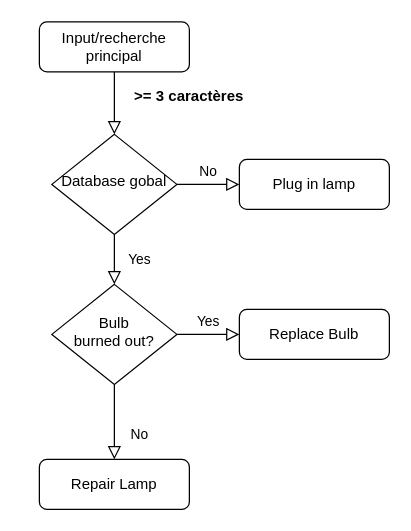
The draw.io diagram P7-P11-Search-Engin.drawio in Cadegan/P11-front-end-search-engine, before the edit. Source tidied: cells renumbered, new cells numbered last; positions are measured from the earlier drawing's top-left corner, leaving out a move shared by most shapes. Both pictures are drawn from the tidied source at 125%, with x=0, y=0 at pixel (39, 21).
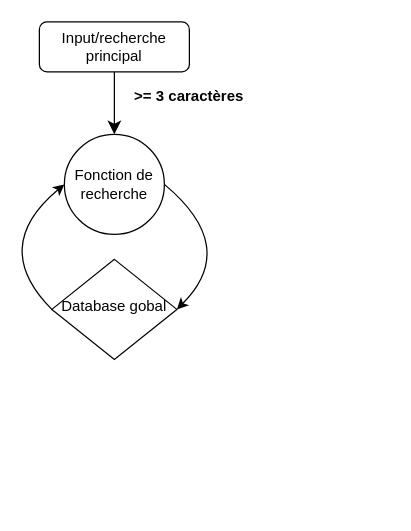
Above is the later version.

The edit, as a diff of the source:
```diff
@@
 <mxGraphModel>
   <root>
     <mxCell id="0" />
     <mxCell id="1" parent="0" />
-    <mxCell id="2" style="rounded=0;html=1;jettySize=auto;fontSize=11;endArrow=block;endFill=0;endSize=8;strokeWidth=1;shadow=0;labelBackgroundColor=none;edgeStyle=orthogonalEdgeStyle;" parent="1" edge="1" source="3" target="6">
-      <mxGeometry relative="1" as="geometry" />
+    <mxCell id="2" style="rounded=0;html=1;jettySize=auto;fontSize=11;endArrow=classic;endFill=1;endSize=8;strokeWidth=1;shadow=0;labelBackgroundColor=none;edgeStyle=orthogonalEdgeStyle;" parent="1" edge="1" source="3">
+      <mxGeometry relative="1" as="geometry">
+        <mxPoint x="60" y="90" as="targetPoint" />
+      </mxGeometry>
     </mxCell>
     <mxCell id="3" value="Input/recherche principal" style="rounded=1;whiteSpace=wrap;html=1;fontSize=12;glass=0;strokeWidth=1;shadow=0;" parent="1" vertex="1">
       <mxGeometry width="120" height="40" as="geometry" />
     </mxCell>
-    <mxCell id="4" value="Yes" style="rounded=0;html=1;jettySize=auto;fontSize=11;endArrow=block;endFill=0;endSize=8;strokeWidth=1;shadow=0;labelBackgroundColor=none;edgeStyle=orthogonalEdgeStyle;" parent="1" edge="1" source="6" target="10">
-      <mxGeometry y="20" relative="1" as="geometry" />
-    </mxCell>
-    <mxCell id="5" value="No" style="edgeStyle=orthogonalEdgeStyle;rounded=0;html=1;jettySize=auto;fontSize=11;endArrow=block;endFill=0;endSize=8;strokeWidth=1;shadow=0;labelBackgroundColor=none;" parent="1" edge="1" source="6" target="7">
-      <mxGeometry y="10" relative="1" as="geometry" />
-    </mxCell>
-    <mxCell id="6" value="Database gobal" style="rhombus;whiteSpace=wrap;html=1;shadow=0;fontFamily=Helvetica;fontSize=12;align=center;strokeWidth=1;spacing=6;spacingTop=-4;" parent="1" vertex="1">
-      <mxGeometry x="10" y="90" width="100" height="80" as="geometry" />
-    </mxCell>
-    <mxCell id="7" value="Plug in lamp" style="rounded=1;whiteSpace=wrap;html=1;fontSize=12;glass=0;strokeWidth=1;shadow=0;" parent="1" vertex="1">
-      <mxGeometry x="160" y="110" width="120" height="40" as="geometry" />
-    </mxCell>
-    <mxCell id="8" value="No" style="rounded=0;html=1;jettySize=auto;fontSize=11;endArrow=block;endFill=0;endSize=8;strokeWidth=1;shadow=0;labelBackgroundColor=none;edgeStyle=orthogonalEdgeStyle;" parent="1" edge="1" source="10" target="11">
-      <mxGeometry x="0.33" y="20" relative="1" as="geometry" />
-    </mxCell>
-    <mxCell id="9" value="Yes" style="edgeStyle=orthogonalEdgeStyle;rounded=0;html=1;jettySize=auto;fontSize=11;endArrow=block;endFill=0;endSize=8;strokeWidth=1;shadow=0;labelBackgroundColor=none;" parent="1" edge="1" source="10" target="12">
-      <mxGeometry y="10" relative="1" as="geometry" />
-    </mxCell>
-    <mxCell id="10" value="Bulb&lt;br&gt;burned out?" style="rhombus;whiteSpace=wrap;html=1;shadow=0;fontFamily=Helvetica;fontSize=12;align=center;strokeWidth=1;spacing=6;spacingTop=-4;" parent="1" vertex="1">
-      <mxGeometry x="10" y="210" width="100" height="80" as="geometry" />
+    <mxCell id="10" value="Database gobal" style="rhombus;whiteSpace=wrap;html=1;shadow=0;fontFamily=Helvetica;fontSize=12;align=center;strokeWidth=1;spacing=6;spacingTop=-4;" parent="1" vertex="1">
+      <mxGeometry x="10" y="190" width="100" height="80" as="geometry" />
     </mxCell>
-    <mxCell id="11" value="Repair Lamp" style="rounded=1;whiteSpace=wrap;html=1;fontSize=12;glass=0;strokeWidth=1;shadow=0;" parent="1" vertex="1">
-      <mxGeometry y="350" width="120" height="40" as="geometry" />
-    </mxCell>
-    <mxCell id="12" value="Replace Bulb" style="rounded=1;whiteSpace=wrap;html=1;fontSize=12;glass=0;strokeWidth=1;shadow=0;" parent="1" vertex="1">
-      <mxGeometry x="160" y="230" width="120" height="40" as="geometry" />
-    </mxCell>
     <mxCell id="13" value="&lt;b&gt;&amp;gt;= 3 caractères&lt;/b&gt;" style="text;html=1;strokeColor=none;fillColor=none;align=center;verticalAlign=middle;whiteSpace=wrap;rounded=0;" parent="1" vertex="1">
       <mxGeometry x="70" y="50" width="100" height="20" as="geometry" />
     </mxCell>
+    <mxCell id="14" value="Fonction de recherche" style="ellipse;whiteSpace=wrap;html=1;" parent="1" vertex="1">
+      <mxGeometry x="20" y="90" width="80" height="80" as="geometry" />
+    </mxCell>
+    <mxCell id="15" style="curved=1;endArrow=classic;html=1;rounded=0;exitX=0;exitY=0.5;exitDx=0;exitDy=0;" parent="1" edge="1" source="10">
+      <mxGeometry relative="1" as="geometry">
+        <mxPoint x="20" y="130" as="targetPoint" />
+        <Array as="points">
+          <mxPoint x="-40" y="180" />
+        </Array>
+      </mxGeometry>
+    </mxCell>
+    <mxCell id="16" style="curved=1;endArrow=classic;html=1;rounded=0;entryX=1;entryY=0.5;entryDx=0;entryDy=0;exitX=1;exitY=0.5;exitDx=0;exitDy=0;" parent="1" edge="1" source="14" target="10">
+      <mxGeometry relative="1" as="geometry">
+        <Array as="points">
+          <mxPoint x="160" y="180" />
+        </Array>
+      </mxGeometry>
+    </mxCell>
   </root>
 </mxGraphModel>
```
